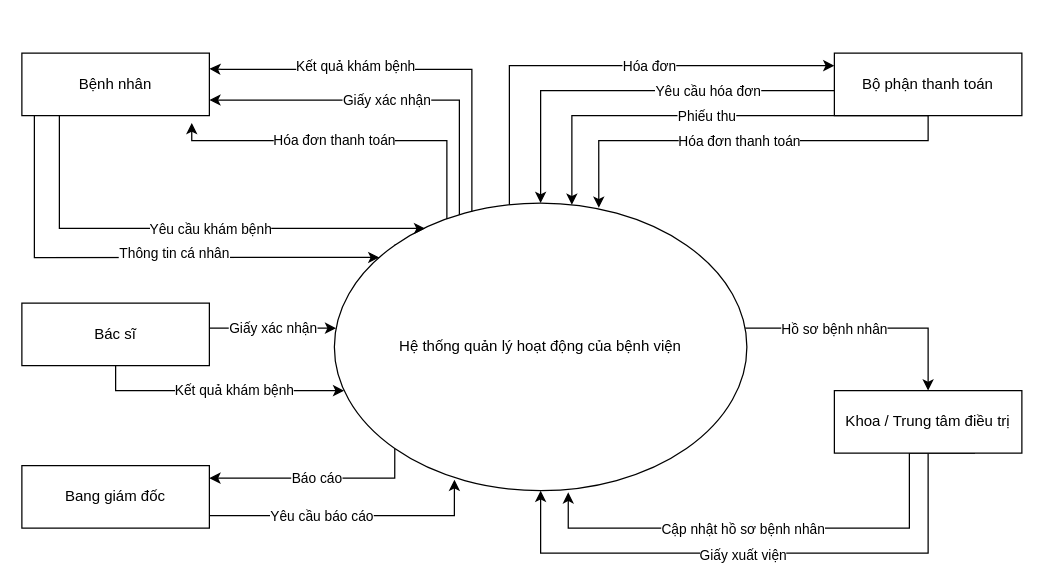
Before: NguCanh.drawio in Nhatran241/HTTT, a draw.io diagram. Source tidied: cells renumbered, new cells numbered last; positions are measured from the earlier drawing's top-left corner, leaving out a move shared by most shapes. Both pictures are drawn from the tidied source at 125%, with x=0, y=0 at pixel (21, 52).
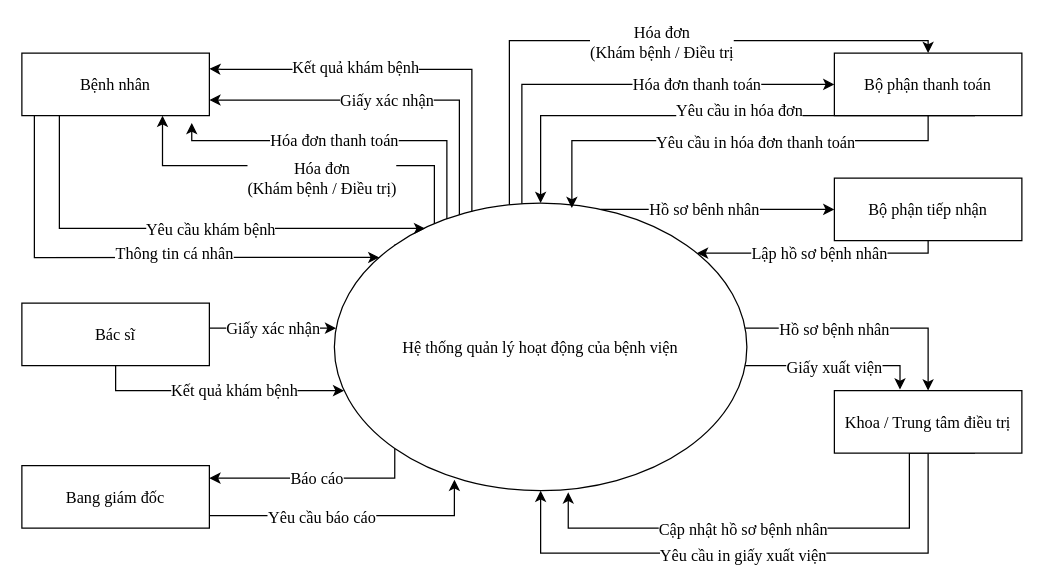
The same page after the edit.

Diff of the diagram source:
```diff
@@
-    <mxCell id="2" style="edgeStyle=orthogonalEdgeStyle;rounded=0;jettySize=auto;html=1;exitX=0;exitY=0;exitDx=0;exitDy=0;entryX=1;entryY=0.25;entryDx=0;entryDy=0;" parent="1" edge="1" source="12" target="17">
+    <mxCell id="2" style="edgeStyle=orthogonalEdgeStyle;rounded=0;jettySize=auto;html=1;exitX=0;exitY=0;exitDx=0;exitDy=0;entryX=1;entryY=0.25;entryDx=0;entryDy=0;fontFamily=Times New Roman;fontSize=13;" parent="1" edge="1" source="12" target="17">
       <mxGeometry relative="1" as="geometry">
         <Array as="points">
           <mxPoint x="360" y="154" />
           <mxPoint x="360" y="13" />
           <mxPoint x="160" y="13" />
         </Array>
       </mxGeometry>
     </mxCell>
-    <mxCell id="3" value="Kết quả khám bệnh" style="edgeLabel;html=1;align=center;verticalAlign=middle;" parent="2" vertex="1">
+    <mxCell id="3" value="Kết quả khám bệnh" style="edgeLabel;html=1;align=center;verticalAlign=middle;fontFamily=Times New Roman;fontSize=13;" parent="2" vertex="1">
       <mxGeometry x="0.17" y="1" relative="1" as="geometry">
         <mxPoint x="-54.4" y="-4" as="offset" />
       </mxGeometry>
     </mxCell>
-    <mxCell id="4" style="edgeStyle=orthogonalEdgeStyle;rounded=0;jettySize=auto;html=1;" parent="1" edge="1" source="12" target="27">
+    <mxCell id="4" style="edgeStyle=orthogonalEdgeStyle;rounded=0;jettySize=auto;html=1;fontFamily=Times New Roman;fontSize=13;" parent="1" edge="1" source="12" target="27">
       <mxGeometry relative="1" as="geometry">
         <Array as="points">
-          <mxPoint x="390" y="10" />
+          <mxPoint x="390" y="-10" />
+          <mxPoint x="725" y="-10" />
         </Array>
       </mxGeometry>
     </mxCell>
-    <mxCell id="5" value="Hóa đơn" style="edgeLabel;html=1;align=center;verticalAlign=middle;" parent="4" vertex="1">
-      <mxGeometry x="0.2" relative="1" as="geometry" />
+    <mxCell id="5" value="Hóa đơn&lt;br style=&quot;font-size: 13px;&quot;&gt;(Khám bệnh / Điều trị" style="edgeLabel;html=1;align=center;verticalAlign=middle;fontFamily=Times New Roman;fontSize=13;" parent="4" vertex="1">
+      <mxGeometry x="0.2" relative="1" as="geometry">
+        <mxPoint x="-32.7" as="offset" />
+      </mxGeometry>
     </mxCell>
-    <mxCell id="6" style="edgeStyle=orthogonalEdgeStyle;rounded=0;jettySize=auto;html=1;" parent="1" edge="1" source="12" target="32">
+    <mxCell id="6" style="edgeStyle=orthogonalEdgeStyle;rounded=0;jettySize=auto;html=1;fontFamily=Times New Roman;fontSize=13;" parent="1" edge="1" source="12" target="32">
       <mxGeometry relative="1" as="geometry">
         <Array as="points">
           <mxPoint x="725" y="220" />
         </Array>
       </mxGeometry>
     </mxCell>
-    <mxCell id="7" value="Hồ sơ bệnh nhân" style="edgeLabel;html=1;align=center;verticalAlign=middle;" parent="6" vertex="1">
+    <mxCell id="7" value="Hồ sơ bệnh nhân" style="edgeLabel;html=1;align=center;verticalAlign=middle;fontFamily=Times New Roman;fontSize=13;" parent="6" vertex="1">
       <mxGeometry x="0.06" y="-1" relative="1" as="geometry">
         <mxPoint x="-32.6" y="-1" as="offset" />
       </mxGeometry>
     </mxCell>
-    <mxCell id="8" value="Hóa đơn thanh toán" style="edgeStyle=orthogonalEdgeStyle;rounded=0;jettySize=auto;html=1;exitX=0;exitY=0;exitDx=0;exitDy=0;entryX=0.906;entryY=1.116;entryDx=0;entryDy=0;entryPerimeter=0;" parent="1" edge="1" source="12" target="17">
+    <mxCell id="8" value="Hóa đơn thanh toán" style="edgeStyle=orthogonalEdgeStyle;rounded=0;jettySize=auto;html=1;exitX=0;exitY=0;exitDx=0;exitDy=0;entryX=0.906;entryY=1.116;entryDx=0;entryDy=0;entryPerimeter=0;fontFamily=Times New Roman;fontSize=13;" parent="1" edge="1" source="12" target="17">
       <mxGeometry x="0.25" relative="1" as="geometry">
         <Array as="points">
           <mxPoint x="340" y="154" />
           <mxPoint x="340" y="70" />
           <mxPoint x="136" y="70" />
         </Array>
       </mxGeometry>
     </mxCell>
-    <mxCell id="9" value="Báo cáo" style="edgeStyle=orthogonalEdgeStyle;rounded=0;jettySize=auto;html=1;exitX=0;exitY=1;exitDx=0;exitDy=0;" parent="1" edge="1" source="12">
+    <mxCell id="9" value="Báo cáo" style="edgeStyle=orthogonalEdgeStyle;rounded=0;jettySize=auto;html=1;exitX=0;exitY=1;exitDx=0;exitDy=0;fontFamily=Times New Roman;fontSize=13;" parent="1" edge="1" source="12">
       <mxGeometry relative="1" as="geometry">
         <mxPoint x="150" y="340" as="targetPoint" />
         <Array as="points">
           <mxPoint x="298" y="340" />
           <mxPoint x="150" y="340" />
         </Array>
       </mxGeometry>
     </mxCell>
-    <mxCell id="10" style="edgeStyle=orthogonalEdgeStyle;rounded=0;jettySize=auto;html=1;exitX=0;exitY=0;exitDx=0;exitDy=0;entryX=1;entryY=0.75;entryDx=0;entryDy=0;" parent="1" edge="1" source="12" target="17">
+    <mxCell id="10" style="edgeStyle=orthogonalEdgeStyle;rounded=0;jettySize=auto;html=1;exitX=0;exitY=0;exitDx=0;exitDy=0;entryX=1;entryY=0.75;entryDx=0;entryDy=0;fontFamily=Times New Roman;fontSize=13;" parent="1" edge="1" source="12" target="17">
       <mxGeometry relative="1" as="geometry">
         <Array as="points">
           <mxPoint x="350" y="154" />
           <mxPoint x="350" y="38" />
         </Array>
       </mxGeometry>
     </mxCell>
-    <mxCell id="11" value="Giấy xác nhận" style="edgeLabel;html=1;align=center;verticalAlign=middle;" parent="10" vertex="1">
+    <mxCell id="11" value="Giấy xác nhận" style="edgeLabel;html=1;align=center;verticalAlign=middle;fontFamily=Times New Roman;fontSize=13;" parent="10" vertex="1">
       <mxGeometry x="0.23" y="2" relative="1" as="geometry">
         <mxPoint y="-2" as="offset" />
       </mxGeometry>
     </mxCell>
+    <mxCell id="36" style="edgeStyle=orthogonalEdgeStyle;rounded=0;jettySize=auto;html=1;entryX=0;entryY=0.5;entryDx=0;entryDy=0;fontFamily=Times New Roman;fontSize=13;" parent="1" edge="1" source="12" target="43">
+      <mxGeometry relative="1" as="geometry">
+        <Array as="points">
+          <mxPoint x="480" y="125" />
+          <mxPoint x="480" y="125" />
+        </Array>
+      </mxGeometry>
+    </mxCell>
+    <mxCell id="37" value="Hồ sơ bênh nhân" style="edgeLabel;html=1;align=center;verticalAlign=middle;fontFamily=Times New Roman;fontSize=13;" parent="36" vertex="1">
+      <mxGeometry x="-0.32" y="-2" relative="1" as="geometry">
+        <mxPoint x="18.3" y="-2.3" as="offset" />
+      </mxGeometry>
+    </mxCell>
+    <mxCell id="38" value="Hóa đơn&lt;br style=&quot;font-size: 13px;&quot;&gt;(Khám bệnh / Điều trị)" style="edgeStyle=orthogonalEdgeStyle;rounded=0;jettySize=auto;html=1;exitX=0;exitY=0;exitDx=0;exitDy=0;entryX=0.75;entryY=1;entryDx=0;entryDy=0;fontFamily=Times New Roman;fontSize=13;" parent="1" edge="1" source="12" target="17">
+      <mxGeometry x="0.05" y="10" relative="1" as="geometry">
+        <Array as="points">
+          <mxPoint x="330" y="154" />
+          <mxPoint x="330" y="90" />
+          <mxPoint x="113" y="90" />
+        </Array>
+      </mxGeometry>
+    </mxCell>
+    <mxCell id="39" value="Hóa đơn thanh toán" style="edgeStyle=orthogonalEdgeStyle;rounded=0;jettySize=auto;html=1;entryX=0;entryY=0.5;entryDx=0;entryDy=0;fontFamily=Times New Roman;fontSize=13;" parent="1" edge="1" source="12" target="27">
+      <mxGeometry x="0.36" relative="1" as="geometry">
+        <Array as="points">
+          <mxPoint x="400" y="25" />
+        </Array>
+      </mxGeometry>
+    </mxCell>
+    <mxCell id="40" style="edgeStyle=orthogonalEdgeStyle;rounded=0;jettySize=auto;html=1;entryX=0.35;entryY=-0.017;entryDx=0;entryDy=0;entryPerimeter=0;fontFamily=Times New Roman;fontSize=13;" parent="1" edge="1" source="12" target="32">
+      <mxGeometry relative="1" as="geometry">
+        <Array as="points">
+          <mxPoint x="703" y="250" />
+        </Array>
+      </mxGeometry>
+    </mxCell>
+    <mxCell id="41" value="Giấy xuất viện" style="edgeLabel;html=1;align=center;verticalAlign=middle;fontFamily=Times New Roman;fontSize=13;" parent="40" vertex="1">
+      <mxGeometry x="-0.42" y="3" relative="1" as="geometry">
+        <mxPoint x="30.4" y="3" as="offset" />
+      </mxGeometry>
+    </mxCell>
-    <mxCell id="12" value="Hệ thống quản lý hoạt động của bệnh viện" style="ellipse;whiteSpace=wrap;html=1;" parent="1" vertex="1">
+    <mxCell id="12" value="Hệ thống quản lý hoạt động của bệnh viện" style="ellipse;whiteSpace=wrap;html=1;fontFamily=Times New Roman;fontSize=13;" parent="1" vertex="1">
       <mxGeometry x="250" y="120" width="330" height="230" as="geometry" />
     </mxCell>
-    <mxCell id="13" style="edgeStyle=orthogonalEdgeStyle;rounded=0;jettySize=auto;html=1;exitX=1;exitY=0.5;exitDx=0;exitDy=0;entryX=0.22;entryY=0.088;entryDx=0;entryDy=0;entryPerimeter=0;" parent="1" edge="1" source="17" target="12">
+    <mxCell id="13" style="edgeStyle=orthogonalEdgeStyle;rounded=0;jettySize=auto;html=1;exitX=1;exitY=0.5;exitDx=0;exitDy=0;entryX=0.22;entryY=0.088;entryDx=0;entryDy=0;entryPerimeter=0;fontFamily=Times New Roman;fontSize=13;" parent="1" edge="1" source="17" target="12">
       <mxGeometry relative="1" as="geometry">
         <Array as="points">
           <mxPoint x="30" y="25" />
           <mxPoint x="30" y="140" />
         </Array>
       </mxGeometry>
     </mxCell>
-    <mxCell id="14" value="Yêu cầu khám bệnh" style="edgeLabel;html=1;align=center;verticalAlign=middle;" parent="13" vertex="1">
+    <mxCell id="14" value="Yêu cầu khám bệnh" style="edgeLabel;html=1;align=center;verticalAlign=middle;fontFamily=Times New Roman;fontSize=13;" parent="13" vertex="1">
       <mxGeometry x="-0.09" relative="1" as="geometry">
         <mxPoint x="116.2" y="-0.2" as="offset" />
       </mxGeometry>
     </mxCell>
-    <mxCell id="15" style="edgeStyle=orthogonalEdgeStyle;rounded=0;jettySize=auto;html=1;entryX=0.109;entryY=0.189;entryDx=0;entryDy=0;entryPerimeter=0;" parent="1" edge="1" source="17" target="12">
+    <mxCell id="15" style="edgeStyle=orthogonalEdgeStyle;rounded=0;jettySize=auto;html=1;entryX=0.109;entryY=0.189;entryDx=0;entryDy=0;entryPerimeter=0;fontFamily=Times New Roman;fontSize=13;" parent="1" edge="1" source="17" target="12">
       <mxGeometry relative="1" as="geometry">
         <Array as="points">
           <mxPoint x="10" y="164" />
         </Array>
       </mxGeometry>
     </mxCell>
-    <mxCell id="16" value="Thông tin cá nhân" style="edgeLabel;html=1;align=center;verticalAlign=middle;" parent="15" vertex="1">
+    <mxCell id="16" value="Thông tin cá nhân" style="edgeLabel;html=1;align=center;verticalAlign=middle;fontFamily=Times New Roman;fontSize=13;" parent="15" vertex="1">
       <mxGeometry x="-0.37" y="-3" relative="1" as="geometry">
         <mxPoint x="101.5" y="-6.5" as="offset" />
       </mxGeometry>
     </mxCell>
-    <mxCell id="17" value="Bệnh nhân" style="rounded=0;whiteSpace=wrap;html=1;" parent="1" vertex="1">
+    <mxCell id="17" value="Bệnh nhân" style="rounded=0;whiteSpace=wrap;html=1;fontFamily=Times New Roman;fontSize=13;" parent="1" vertex="1">
       <mxGeometry width="150" height="50" as="geometry" />
     </mxCell>
-    <mxCell id="18" style="edgeStyle=orthogonalEdgeStyle;rounded=0;jettySize=auto;html=1;exitX=1;exitY=0.5;exitDx=0;exitDy=0;entryX=0.291;entryY=0.962;entryDx=0;entryDy=0;entryPerimeter=0;" parent="1" edge="1" source="20" target="12">
+    <mxCell id="18" style="edgeStyle=orthogonalEdgeStyle;rounded=0;jettySize=auto;html=1;exitX=1;exitY=0.5;exitDx=0;exitDy=0;entryX=0.291;entryY=0.962;entryDx=0;entryDy=0;entryPerimeter=0;fontFamily=Times New Roman;fontSize=13;" parent="1" edge="1" source="20" target="12">
       <mxGeometry relative="1" as="geometry">
         <Array as="points">
           <mxPoint x="140" y="355" />
           <mxPoint x="140" y="370" />
           <mxPoint x="346" y="370" />
         </Array>
       </mxGeometry>
     </mxCell>
-    <mxCell id="19" value="Yêu cầu báo cáo" style="edgeLabel;html=1;align=center;verticalAlign=middle;" parent="18" vertex="1">
+    <mxCell id="19" value="Yêu cầu báo cáo" style="edgeLabel;html=1;align=center;verticalAlign=middle;fontFamily=Times New Roman;fontSize=13;" parent="18" vertex="1">
       <mxGeometry x="0.09" y="-2" relative="1" as="geometry">
         <mxPoint x="-18" y="-2" as="offset" />
       </mxGeometry>
     </mxCell>
-    <mxCell id="20" value="Bang giám đốc" style="rounded=0;whiteSpace=wrap;html=1;" parent="1" vertex="1">
+    <mxCell id="20" value="Bang giám đốc" style="rounded=0;whiteSpace=wrap;html=1;fontFamily=Times New Roman;fontSize=13;" parent="1" vertex="1">
       <mxGeometry y="330" width="150" height="50" as="geometry" />
     </mxCell>
-    <mxCell id="21" style="edgeStyle=orthogonalEdgeStyle;rounded=0;jettySize=auto;html=1;exitX=0.5;exitY=1;exitDx=0;exitDy=0;" parent="1" edge="1" source="27" target="12">
-      <mxGeometry relative="1" as="geometry">
-        <Array as="points">
-          <mxPoint x="440" y="50" />
-        </Array>
-      </mxGeometry>
-    </mxCell>
-    <mxCell id="22" value="Phiếu thu" style="edgeLabel;html=1;align=center;verticalAlign=middle;" parent="21" vertex="1">
-      <mxGeometry relative="1" as="geometry" />
-    </mxCell>
-    <mxCell id="23" style="edgeStyle=orthogonalEdgeStyle;rounded=0;jettySize=auto;html=1;exitX=0.75;exitY=1;exitDx=0;exitDy=0;" parent="1" edge="1" source="27" target="12">
+    <mxCell id="23" style="edgeStyle=orthogonalEdgeStyle;rounded=0;jettySize=auto;html=1;exitX=0.75;exitY=1;exitDx=0;exitDy=0;fontFamily=Times New Roman;fontSize=13;" parent="1" edge="1" source="27" target="12">
       <mxGeometry relative="1" as="geometry">
         <Array as="points">
-          <mxPoint x="763" y="30" />
-          <mxPoint x="415" y="30" />
+          <mxPoint x="415" y="50" />
         </Array>
       </mxGeometry>
     </mxCell>
-    <mxCell id="24" value="Yêu cầu hóa đơn" style="edgeLabel;html=1;align=center;verticalAlign=middle;" parent="23" vertex="1">
+    <mxCell id="24" value="Yêu cầu in hóa đơn" style="edgeLabel;html=1;align=center;verticalAlign=middle;fontFamily=Times New Roman;fontSize=13;" parent="23" vertex="1">
       <mxGeometry x="0.11" y="1" relative="1" as="geometry">
-        <mxPoint x="19.7" y="-1" as="offset" />
+        <mxPoint x="42.5" y="-6" as="offset" />
       </mxGeometry>
     </mxCell>
-    <mxCell id="25" style="edgeStyle=orthogonalEdgeStyle;rounded=0;jettySize=auto;html=1;entryX=0.641;entryY=0.016;entryDx=0;entryDy=0;entryPerimeter=0;" parent="1" edge="1" source="27" target="12">
+    <mxCell id="25" style="edgeStyle=orthogonalEdgeStyle;rounded=0;jettySize=auto;html=1;fontFamily=Times New Roman;fontSize=13;" parent="1" edge="1" source="27">
       <mxGeometry relative="1" as="geometry">
+        <mxPoint x="440" y="124" as="targetPoint" />
         <Array as="points">
           <mxPoint x="725" y="70" />
-          <mxPoint x="462" y="70" />
+          <mxPoint x="440" y="70" />
         </Array>
       </mxGeometry>
     </mxCell>
-    <mxCell id="26" value="Hóa đơn thanh toán" style="edgeLabel;html=1;align=center;verticalAlign=middle;" parent="25" vertex="1">
+    <mxCell id="26" value="Yêu cầu in hóa đơn thanh toán" style="edgeLabel;html=1;align=center;verticalAlign=middle;fontFamily=Times New Roman;fontSize=13;" parent="25" vertex="1">
       <mxGeometry x="0.02" y="4" relative="1" as="geometry">
-        <mxPoint y="-4" as="offset" />
+        <mxPoint x="24" y="-4" as="offset" />
       </mxGeometry>
     </mxCell>
-    <mxCell id="27" value="Bộ phận thanh toán" style="rounded=0;whiteSpace=wrap;html=1;" parent="1" vertex="1">
+    <mxCell id="27" value="Bộ phận thanh toán" style="rounded=0;whiteSpace=wrap;html=1;fontFamily=Times New Roman;fontSize=13;" parent="1" vertex="1">
       <mxGeometry x="650" width="150" height="50" as="geometry" />
     </mxCell>
-    <mxCell id="28" style="edgeStyle=orthogonalEdgeStyle;rounded=0;jettySize=auto;html=1;" parent="1" edge="1" source="32" target="12">
+    <mxCell id="28" style="edgeStyle=orthogonalEdgeStyle;rounded=0;jettySize=auto;html=1;fontFamily=Times New Roman;fontSize=13;" parent="1" edge="1" source="32" target="12">
       <mxGeometry relative="1" as="geometry">
         <Array as="points">
           <mxPoint x="725" y="400" />
           <mxPoint x="415" y="400" />
         </Array>
       </mxGeometry>
     </mxCell>
-    <mxCell id="29" value="Giấy xuất viện" style="edgeLabel;html=1;align=center;verticalAlign=middle;" parent="28" vertex="1">
+    <mxCell id="29" value="Yêu cầu in giấy xuất viện" style="edgeLabel;html=1;align=center;verticalAlign=middle;fontFamily=Times New Roman;fontSize=13;" parent="28" vertex="1">
       <mxGeometry x="0.04" y="1" relative="1" as="geometry" />
     </mxCell>
-    <mxCell id="30" style="edgeStyle=orthogonalEdgeStyle;rounded=0;jettySize=auto;html=1;exitX=0.75;exitY=1;exitDx=0;exitDy=0;entryX=0.567;entryY=1.006;entryDx=0;entryDy=0;entryPerimeter=0;" parent="1" edge="1" source="32" target="12">
+    <mxCell id="30" style="edgeStyle=orthogonalEdgeStyle;rounded=0;jettySize=auto;html=1;exitX=0.75;exitY=1;exitDx=0;exitDy=0;entryX=0.567;entryY=1.006;entryDx=0;entryDy=0;entryPerimeter=0;fontFamily=Times New Roman;fontSize=13;" parent="1" edge="1" source="32" target="12">
       <mxGeometry relative="1" as="geometry">
         <Array as="points">
           <mxPoint x="710" y="320" />
           <mxPoint x="710" y="380" />
           <mxPoint x="437" y="380" />
         </Array>
       </mxGeometry>
     </mxCell>
-    <mxCell id="31" value="Cập nhật hồ sơ bệnh nhân" style="edgeLabel;html=1;align=center;verticalAlign=middle;" parent="30" vertex="1">
+    <mxCell id="31" value="Cập nhật hồ sơ bệnh nhân" style="edgeLabel;html=1;align=center;verticalAlign=middle;fontFamily=Times New Roman;fontSize=13;" parent="30" vertex="1">
       <mxGeometry x="0.1" y="-2" relative="1" as="geometry">
         <mxPoint x="-18.5" y="2" as="offset" />
       </mxGeometry>
     </mxCell>
-    <mxCell id="32" value="Khoa / Trung tâm điều trị" style="rounded=0;whiteSpace=wrap;html=1;" parent="1" vertex="1">
+    <mxCell id="32" value="Khoa / Trung tâm điều trị" style="rounded=0;whiteSpace=wrap;html=1;fontFamily=Times New Roman;fontSize=13;" parent="1" vertex="1">
       <mxGeometry x="650" y="270" width="150" height="50" as="geometry" />
     </mxCell>
-    <mxCell id="33" value="Giấy xác nhận" style="edgeStyle=orthogonalEdgeStyle;rounded=0;jettySize=auto;html=1;" parent="1" edge="1" source="35" target="12">
+    <mxCell id="33" value="Giấy xác nhận" style="edgeStyle=orthogonalEdgeStyle;rounded=0;jettySize=auto;html=1;fontFamily=Times New Roman;fontSize=13;" parent="1" edge="1" source="35" target="12">
       <mxGeometry relative="1" as="geometry">
         <Array as="points">
           <mxPoint x="230" y="220" />
           <mxPoint x="230" y="220" />
         </Array>
       </mxGeometry>
     </mxCell>
-    <mxCell id="34" value="Kết quả khám bệnh" style="edgeStyle=orthogonalEdgeStyle;rounded=0;jettySize=auto;html=1;" parent="1" edge="1" source="35" target="12">
+    <mxCell id="34" value="Kết quả khám bệnh" style="edgeStyle=orthogonalEdgeStyle;rounded=0;jettySize=auto;html=1;fontFamily=Times New Roman;fontSize=13;" parent="1" edge="1" source="35" target="12">
       <mxGeometry x="0.13" relative="1" as="geometry">
         <Array as="points">
           <mxPoint x="75" y="270" />
         </Array>
       </mxGeometry>
     </mxCell>
-    <mxCell id="35" value="Bác sĩ" style="rounded=0;whiteSpace=wrap;html=1;" parent="1" vertex="1">
+    <mxCell id="35" value="Bác sĩ" style="rounded=0;whiteSpace=wrap;html=1;fontFamily=Times New Roman;fontSize=13;" parent="1" vertex="1">
       <mxGeometry y="200" width="150" height="50" as="geometry" />
     </mxCell>
+    <mxCell id="42" value="Lập hồ sơ bệnh nhân" style="edgeStyle=orthogonalEdgeStyle;rounded=0;jettySize=auto;html=1;fontFamily=Times New Roman;fontSize=13;" parent="1" edge="1" source="43" target="12">
+      <mxGeometry relative="1" as="geometry">
+        <Array as="points">
+          <mxPoint x="725" y="160" />
+        </Array>
+      </mxGeometry>
+    </mxCell>
+    <mxCell id="43" value="Bộ phận tiếp nhận" style="rounded=0;whiteSpace=wrap;html=1;fontFamily=Times New Roman;fontSize=13;" parent="1" vertex="1">
+      <mxGeometry x="650" y="100" width="150" height="50" as="geometry" />
+    </mxCell>
```
